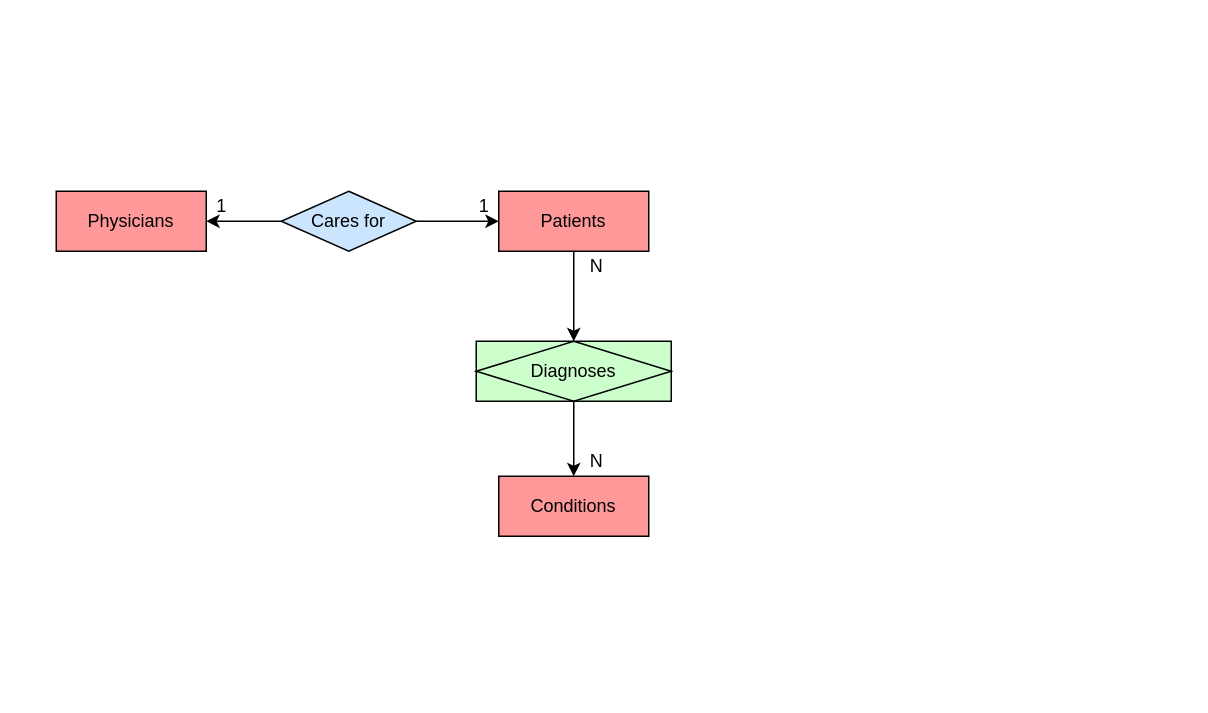
Above: data/Untitled Diagram.drawio in waltjva/orientation-technical (draw.io), before the change. Source tidied: cells renumbered, new cells numbered last; positions are measured from the earlier drawing's top-left corner, leaving out a move shared by most shapes. Both pictures are drawn from the tidied source at 150%, with x=0, y=0 at pixel (56, 190).
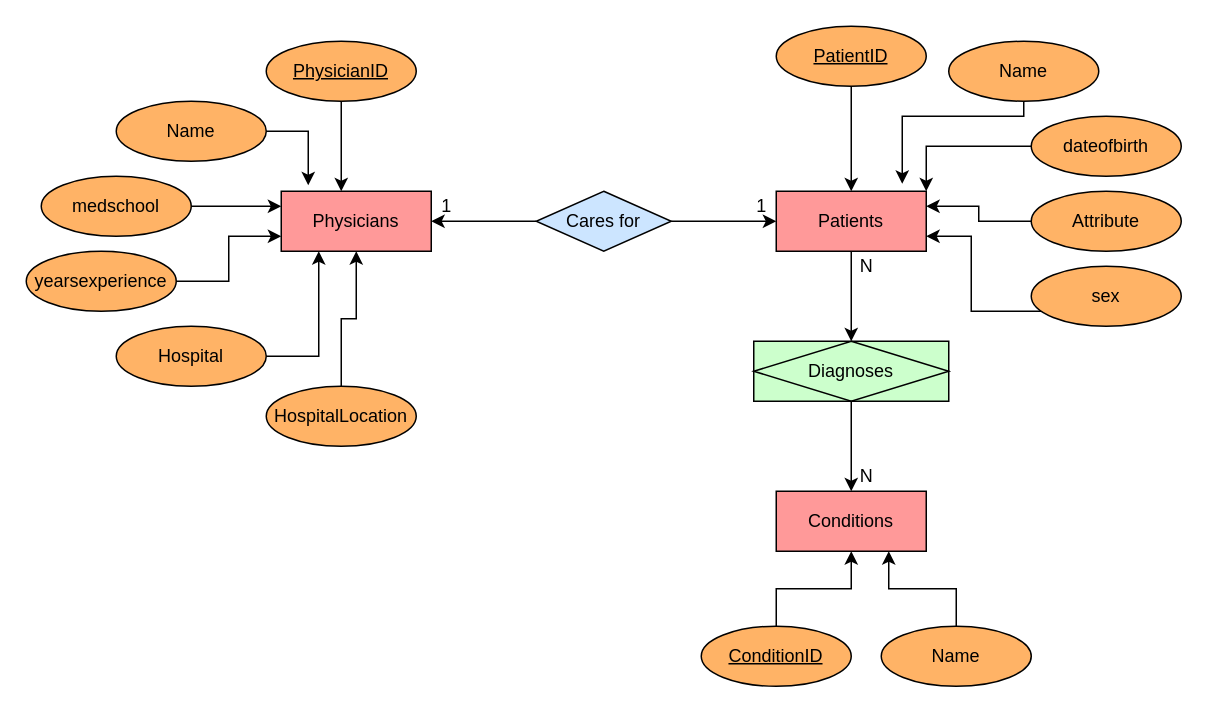
Above is the later version.

Change to the diagram source:
```diff
@@
     <mxCell id="2" value="Physicians" style="whiteSpace=wrap;html=1;align=center;fillColor=#FF9999;" parent="1" vertex="1">
-      <mxGeometry width="100" height="40" as="geometry" />
+      <mxGeometry x="150" width="100" height="40" as="geometry" />
     </mxCell>
@@
     <mxCell id="4" value="Patients" style="whiteSpace=wrap;html=1;align=center;fillColor=#FF9999;" parent="1" vertex="1">
-      <mxGeometry x="295" width="100" height="40" as="geometry" />
+      <mxGeometry x="480" width="100" height="40" as="geometry" />
     </mxCell>
@@
-    <mxCell id="6" style="edgeStyle=orthogonalEdgeStyle;rounded=0;jettySize=auto;html=1;" parent="1" edge="1" source="7" target="2">
+    <mxCell id="6" style="edgeStyle=orthogonalEdgeStyle;rounded=0;jettySize=auto;html=1;entryX=1;entryY=0.5;entryDx=0;entryDy=0;fillColor=#FFE6CC;" parent="1" edge="1" source="7" target="2">
       <mxGeometry relative="1" as="geometry" />
     </mxCell>
     <mxCell id="7" value="Cares for" style="shape=rhombus;perimeter=rhombusPerimeter;whiteSpace=wrap;html=1;align=center;fillColor=#CCE5FF;" parent="1" vertex="1">
-      <mxGeometry x="150" width="90" height="40" as="geometry" />
+      <mxGeometry x="320" width="90" height="40" as="geometry" />
     </mxCell>
@@
     <mxCell id="9" value="Diagnoses" style="shape=associativeEntity;whiteSpace=wrap;html=1;align=center;fillColor=#CCFFCC;" parent="1" vertex="1">
-      <mxGeometry x="280" y="100" width="130" height="40" as="geometry" />
+      <mxGeometry x="465" y="100" width="130" height="40" as="geometry" />
     </mxCell>
     <mxCell id="10" value="Conditions" style="whiteSpace=wrap;html=1;align=center;fillColor=#FF9999;" parent="1" vertex="1">
-      <mxGeometry x="295" y="190" width="100" height="40" as="geometry" />
+      <mxGeometry x="480" y="200" width="100" height="40" as="geometry" />
     </mxCell>
     <mxCell id="11" value="1" style="text;html=1;align=center;verticalAlign=middle;strokeColor=none;" parent="1" vertex="1">
-      <mxGeometry x="100" width="20" height="20" as="geometry" />
+      <mxGeometry x="250" width="20" height="20" as="geometry" />
     </mxCell>
     <mxCell id="12" value="1" style="text;html=1;align=center;verticalAlign=middle;strokeColor=none;" parent="1" vertex="1">
-      <mxGeometry x="275" width="20" height="20" as="geometry" />
+      <mxGeometry x="460" width="20" height="20" as="geometry" />
     </mxCell>
     <mxCell id="13" value="N" style="text;html=1;align=center;verticalAlign=middle;strokeColor=none;" parent="1" vertex="1">
-      <mxGeometry x="350" y="40" width="20" height="20" as="geometry" />
+      <mxGeometry x="530" y="40" width="20" height="20" as="geometry" />
     </mxCell>
     <mxCell id="14" value="N" style="text;html=1;align=center;verticalAlign=middle;strokeColor=none;" parent="1" vertex="1">
-      <mxGeometry x="350" y="170" width="20" height="20" as="geometry" />
+      <mxGeometry x="530" y="180" width="20" height="20" as="geometry" />
     </mxCell>
+    <mxCell id="15" style="edgeStyle=orthogonalEdgeStyle;rounded=0;jettySize=auto;html=1;" parent="1" edge="1" source="16" target="2">
+      <mxGeometry relative="1" as="geometry">
+        <Array as="points">
+          <mxPoint x="190" y="-10" />
+          <mxPoint x="190" y="-10" />
+        </Array>
+      </mxGeometry>
+    </mxCell>
+    <mxCell id="16" value="PhysicianID" style="ellipse;whiteSpace=wrap;html=1;align=center;fontStyle=4;fillColor=#FFB366;" parent="1" vertex="1">
+      <mxGeometry x="140" y="-100" width="100" height="40" as="geometry" />
+    </mxCell>
+    <mxCell id="17" style="edgeStyle=orthogonalEdgeStyle;rounded=0;jettySize=auto;html=1;entryX=0.18;entryY=-0.1;entryDx=0;entryDy=0;entryPerimeter=0;" parent="1" edge="1" source="18" target="2">
+      <mxGeometry relative="1" as="geometry" />
+    </mxCell>
+    <mxCell id="18" value="Name" style="ellipse;whiteSpace=wrap;html=1;align=center;fillColor=#FFB366;" parent="1" vertex="1">
+      <mxGeometry x="40" y="-60" width="100" height="40" as="geometry" />
+    </mxCell>
+    <mxCell id="19" style="edgeStyle=orthogonalEdgeStyle;rounded=0;jettySize=auto;html=1;entryX=0;entryY=0.25;entryDx=0;entryDy=0;" parent="1" edge="1" source="20" target="2">
+      <mxGeometry relative="1" as="geometry" />
+    </mxCell>
+    <mxCell id="20" value="medschool" style="ellipse;whiteSpace=wrap;html=1;align=center;fillColor=#FFB366;" parent="1" vertex="1">
+      <mxGeometry x="-10" y="-10" width="100" height="40" as="geometry" />
+    </mxCell>
+    <mxCell id="21" style="edgeStyle=orthogonalEdgeStyle;rounded=0;jettySize=auto;html=1;entryX=0;entryY=0.75;entryDx=0;entryDy=0;" parent="1" edge="1" source="22" target="2">
+      <mxGeometry relative="1" as="geometry" />
+    </mxCell>
+    <mxCell id="22" value="yearsexperience" style="ellipse;whiteSpace=wrap;html=1;align=center;fillColor=#FFB366;" parent="1" vertex="1">
+      <mxGeometry x="-20" y="40" width="100" height="40" as="geometry" />
+    </mxCell>
+    <mxCell id="23" style="edgeStyle=orthogonalEdgeStyle;rounded=0;jettySize=auto;html=1;entryX=0.25;entryY=1;entryDx=0;entryDy=0;" parent="1" edge="1" source="24" target="2">
+      <mxGeometry relative="1" as="geometry" />
+    </mxCell>
+    <mxCell id="24" value="Hospital" style="ellipse;whiteSpace=wrap;html=1;align=center;fillColor=#FFB366;" parent="1" vertex="1">
+      <mxGeometry x="40" y="90" width="100" height="40" as="geometry" />
+    </mxCell>
+    <mxCell id="25" style="edgeStyle=orthogonalEdgeStyle;rounded=0;jettySize=auto;html=1;" parent="1" edge="1" source="26" target="2">
+      <mxGeometry relative="1" as="geometry" />
+    </mxCell>
+    <mxCell id="26" value="HospitalLocation" style="ellipse;whiteSpace=wrap;html=1;align=center;fillColor=#FFB366;" parent="1" vertex="1">
+      <mxGeometry x="140" y="130" width="100" height="40" as="geometry" />
+    </mxCell>
+    <mxCell id="27" style="edgeStyle=orthogonalEdgeStyle;rounded=0;jettySize=auto;html=1;fillColor=#FFE6CC;entryX=0.5;entryY=0;entryDx=0;entryDy=0;" parent="1" edge="1" source="28" target="4">
+      <mxGeometry relative="1" as="geometry" />
+    </mxCell>
+    <mxCell id="28" value="PatientID" style="ellipse;whiteSpace=wrap;html=1;align=center;fontStyle=4;fillColor=#FFB366;" parent="1" vertex="1">
+      <mxGeometry x="480" y="-110" width="100" height="40" as="geometry" />
+    </mxCell>
+    <mxCell id="29" style="edgeStyle=orthogonalEdgeStyle;rounded=0;jettySize=auto;html=1;fillColor=#FFE6CC;entryX=1;entryY=0.75;entryDx=0;entryDy=0;" parent="1" edge="1" source="30" target="4">
+      <mxGeometry relative="1" as="geometry">
+        <Array as="points">
+          <mxPoint x="610" y="80" />
+          <mxPoint x="610" y="30" />
+        </Array>
+      </mxGeometry>
+    </mxCell>
+    <mxCell id="30" value="sex" style="ellipse;whiteSpace=wrap;html=1;align=center;fillColor=#FFB366;" parent="1" vertex="1">
+      <mxGeometry x="650" y="50" width="100" height="40" as="geometry" />
+    </mxCell>
+    <mxCell id="31" style="edgeStyle=orthogonalEdgeStyle;rounded=0;jettySize=auto;html=1;fillColor=#FFE6CC;entryX=0.84;entryY=-0.125;entryDx=0;entryDy=0;entryPerimeter=0;" parent="1" edge="1" source="32" target="4">
+      <mxGeometry relative="1" as="geometry">
+        <Array as="points">
+          <mxPoint x="645" y="-50" />
+          <mxPoint x="564" y="-50" />
+        </Array>
+      </mxGeometry>
+    </mxCell>
+    <mxCell id="32" value="Name" style="ellipse;whiteSpace=wrap;html=1;align=center;fillColor=#FFB366;" parent="1" vertex="1">
+      <mxGeometry x="595" y="-100" width="100" height="40" as="geometry" />
+    </mxCell>
+    <mxCell id="33" style="edgeStyle=orthogonalEdgeStyle;rounded=0;jettySize=auto;html=1;fillColor=#FFE6CC;entryX=1;entryY=0;entryDx=0;entryDy=0;" parent="1" edge="1" source="34" target="4">
+      <mxGeometry relative="1" as="geometry" />
+    </mxCell>
+    <mxCell id="34" value="dateofbirth" style="ellipse;whiteSpace=wrap;html=1;align=center;fillColor=#FFB366;" parent="1" vertex="1">
+      <mxGeometry x="650" y="-50" width="100" height="40" as="geometry" />
+    </mxCell>
+    <mxCell id="35" style="edgeStyle=orthogonalEdgeStyle;rounded=0;jettySize=auto;html=1;fillColor=#FFE6CC;entryX=1;entryY=0.25;entryDx=0;entryDy=0;" parent="1" edge="1" source="36" target="4">
+      <mxGeometry relative="1" as="geometry" />
+    </mxCell>
+    <mxCell id="36" value="Attribute" style="ellipse;whiteSpace=wrap;html=1;align=center;fillColor=#FFB366;" parent="1" vertex="1">
+      <mxGeometry x="650" width="100" height="40" as="geometry" />
+    </mxCell>
+    <mxCell id="37" style="edgeStyle=orthogonalEdgeStyle;rounded=0;jettySize=auto;html=1;fillColor=#FFE6CC;" parent="1" edge="1" source="38" target="10">
+      <mxGeometry relative="1" as="geometry" />
+    </mxCell>
+    <mxCell id="38" value="ConditionID" style="ellipse;whiteSpace=wrap;html=1;align=center;fontStyle=4;fillColor=#FFB366;" parent="1" vertex="1">
+      <mxGeometry x="430" y="290" width="100" height="40" as="geometry" />
+    </mxCell>
+    <mxCell id="39" style="edgeStyle=orthogonalEdgeStyle;rounded=0;jettySize=auto;html=1;fillColor=#FFE6CC;entryX=0.75;entryY=1;entryDx=0;entryDy=0;" parent="1" edge="1" source="40" target="10">
+      <mxGeometry relative="1" as="geometry" />
+    </mxCell>
+    <mxCell id="40" value="Name" style="ellipse;whiteSpace=wrap;html=1;align=center;fillColor=#FFB366;" parent="1" vertex="1">
+      <mxGeometry x="550" y="290" width="100" height="40" as="geometry" />
+    </mxCell>
```
